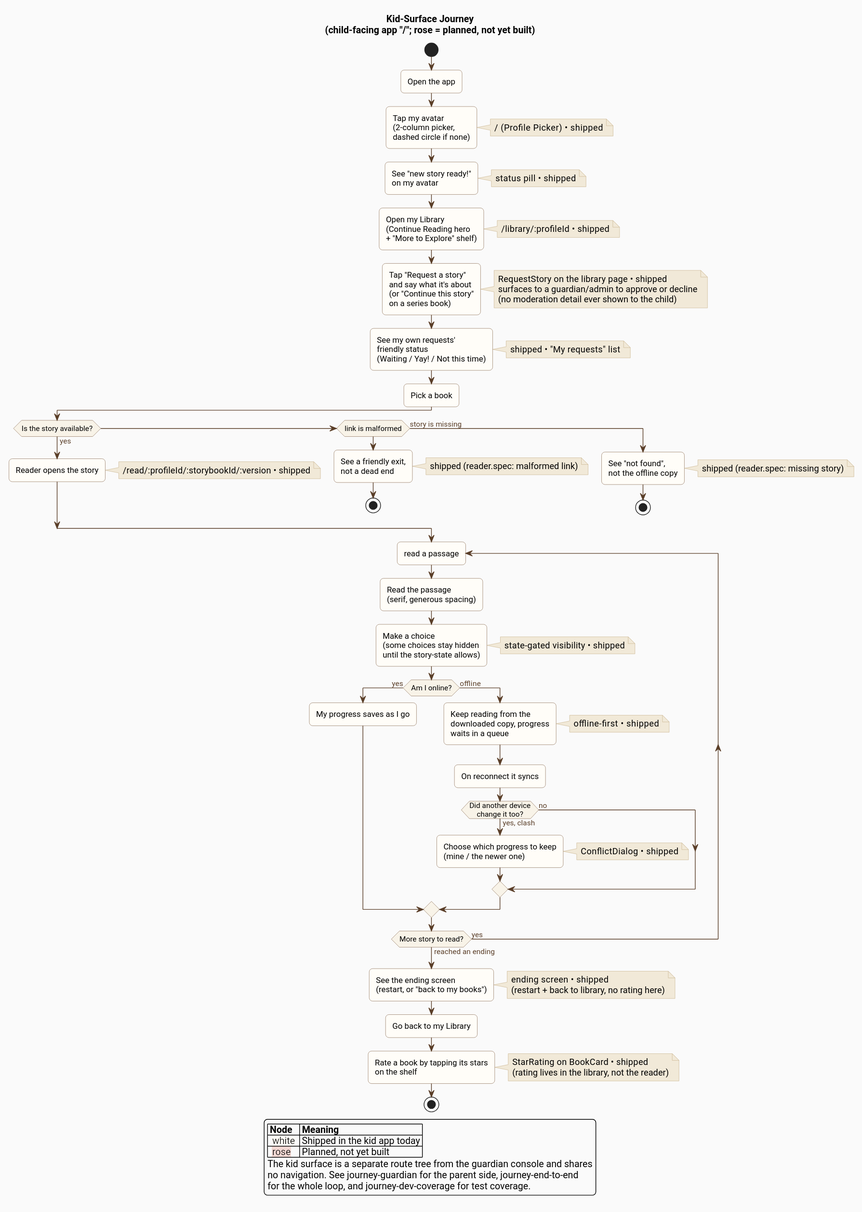
This is docs/architecture/diagrams/journey-kid.svg from ByronWilliamsCPA/cyo-adventure, a PlantUML export, as it was before one commit.
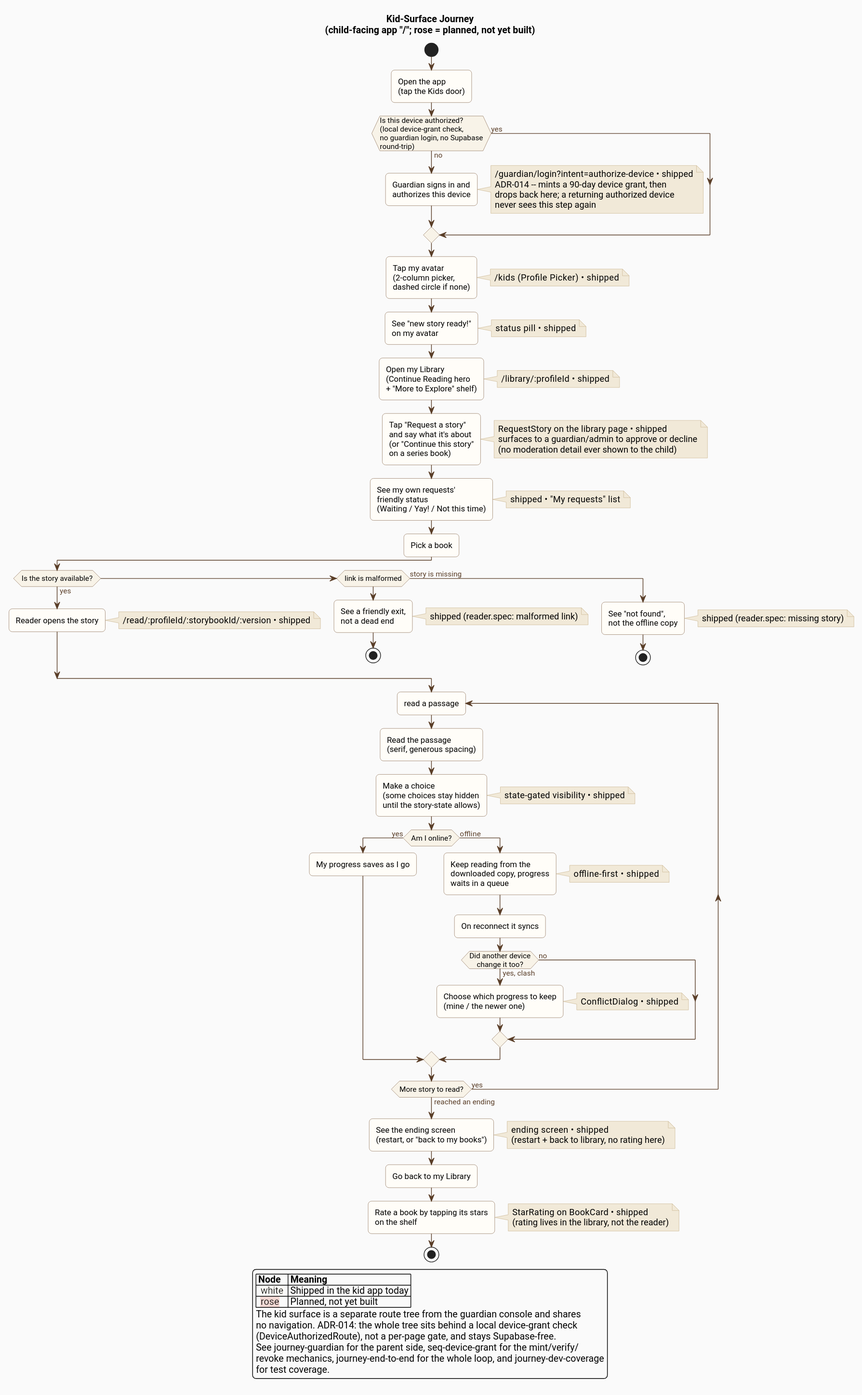
After the change.

Change to the diagram source:
```diff
@@ -17,11 +17,18 @@
 
 |#F0D9B8|Child|
 start
-:Open the app;
+:Open the app
+(tap the Kids door);
+if (Is this device authorized?\n(local device-grant check,\nno guardian login, no Supabase\nround-trip)) then (yes)
+else (no)
+  :Guardian signs in and
+  authorizes this device;
+  note right: /guardian/login?intent=authorize-device  •  shipped\nADR-014 -- mints a 90-day device grant, then\ndrops back here; a returning authorized device\nnever sees this step again
+endif
 :Tap my avatar
 (2-column picker,
 dashed circle if none);
-note right: /  (Profile Picker)  •  shipped
+note right: /kids  (Profile Picker)  •  shipped
 
 :See "new story ready!"
 on my avatar;
@@ -98,7 +105,10 @@
   |<back:#FFFDF8>  white  </back>| Shipped in the kid app today |
   |<back:#F3D9D4>  rose   </back>| Planned, not yet built |
   The kid surface is a separate route tree from the guardian console and shares
-  no navigation. See journey-guardian for the parent side, journey-end-to-end
-  for the whole loop, and journey-dev-coverage for test coverage.
+  no navigation. ADR-014: the whole tree sits behind a local device-grant check
+  (DeviceAuthorizedRoute), not a per-page gate, and stays Supabase-free.
+  See journey-guardian for the parent side, seq-device-grant for the mint/verify/
+  revoke mechanics, journey-end-to-end for the whole loop, and journey-dev-coverage
+  for test coverage.
 endlegend
 @enduml
```
